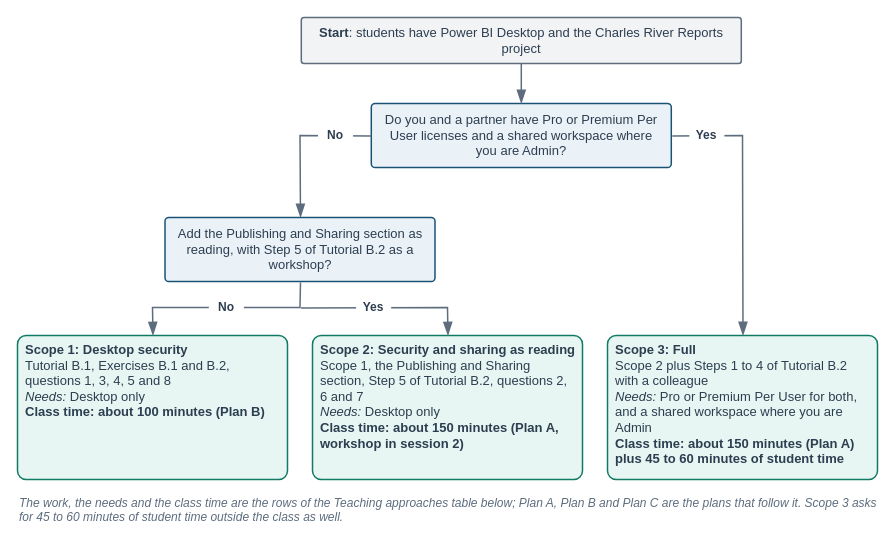
Before: facts/instructor/figures/appendix-b-publishing-security/IF-AB-0-A.drawio in mmcodesso/Accounting_Analytics_Book, a draw.io diagram. Source tidied: cells renumbered, new cells numbered last; positions are measured from the earlier drawing's top-left corner, leaving out a move shared by most shapes. Both pictures are drawn from the tidied source at 100%, with x=0, y=0 at pixel (17, 17).
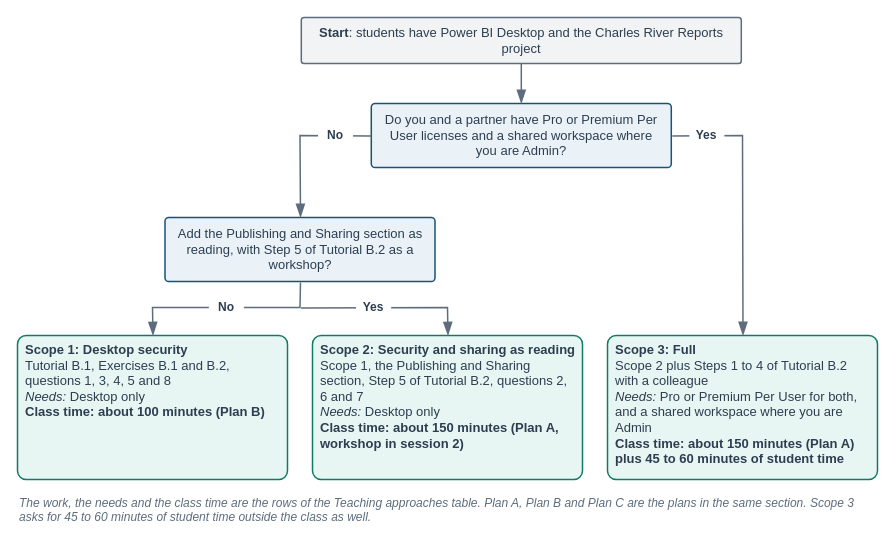
The same diagram, later.

Change to the diagram source:
```diff
@@
-    <mxCell id="26" value="&lt;i&gt;The work, the needs and the class time are the rows of the Teaching approaches table below; Plan A, Plan B and Plan C are the plans that follow it. Scope 3 asks for 45 to 60 minutes of student time outside the class as well.&lt;/i&gt;" style="text;html=1;whiteSpace=wrap;align=left;verticalAlign=top;fontSize=12;fontColor=#5D6D7E;fontStyle=0;fontFamily=Helvetica;spacing=2;fillColor=none;strokeColor=none;" parent="1" vertex="1">
+    <mxCell id="26" value="&lt;i&gt;The work, the needs and the class time are the rows of the Teaching approaches table. Plan A, Plan B and Plan C are the plans in the same section. Scope 3 asks for 45 to 60 minutes of student time outside the class as well.&lt;/i&gt;" style="text;html=1;whiteSpace=wrap;align=left;verticalAlign=top;fontSize=12;fontColor=#5D6D7E;fontStyle=0;fontFamily=Helvetica;spacing=2;fillColor=none;strokeColor=none;" parent="1" vertex="1">
       <mxGeometry y="472" width="860" height="38" as="geometry" />
     </mxCell>
```
